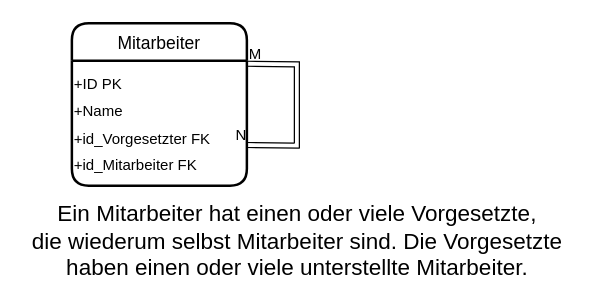
Artjom1234/ProbeKlausurDB keeps this draw.io diagram as page "Aufgabe_1e" (5 of 5) of Aufgabe_1_bis_3/Aufgabe_1_a,b,c,d,e.drawio. Above is the earlier version. Source tidied: cells renumbered, new cells numbered last; positions are measured from the earlier drawing's top-left corner, leaving out a move shared by most shapes. Both pictures are drawn from the tidied source at 125%, with x=0, y=0 at pixel (21, 22).
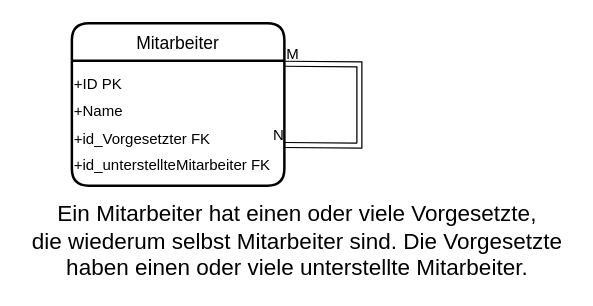
The same diagram, later.

Commit message:
noch besser

What changed in the source:
```diff
@@
 <mxGraphModel>
   <root>
     <mxCell id="0" />
     <mxCell id="1" parent="0" />
     <mxCell id="2" value="Mitarbeiter" style="swimlane;horizontal=1;startSize=30;rounded=1;fontSize=14;fontStyle=0;strokeWidth=2;shadow=0;dashed=0;align=center;" parent="1" vertex="1">
-      <mxGeometry x="40" width="140" height="130" as="geometry" />
+      <mxGeometry x="40" width="170" height="130" as="geometry" />
     </mxCell>
-    <mxCell id="3" value="&lt;div align=&quot;left&quot;&gt;&lt;font style=&quot;font-size: 12px&quot;&gt;+ID PK&lt;br&gt;&lt;/font&gt;&lt;/div&gt;&lt;div align=&quot;left&quot;&gt;&lt;font style=&quot;font-size: 12px&quot;&gt;+Name&lt;/font&gt;&lt;/div&gt;&lt;div align=&quot;left&quot;&gt;&lt;font style=&quot;font-size: 12px&quot;&gt;+id_Vorgesetzter FK&lt;/font&gt;&lt;/div&gt;&lt;div align=&quot;left&quot;&gt;&lt;font style=&quot;font-size: 12px&quot;&gt;+id_Mitarbeiter FK&lt;br&gt;&lt;/font&gt;&lt;/div&gt;" style="text;html=1;align=left;verticalAlign=middle;strokeColor=none;fillColor=none;fontSize=18;" parent="2" vertex="1">
-      <mxGeometry y="30" width="140" height="100" as="geometry" />
+    <mxCell id="3" value="&lt;div align=&quot;left&quot;&gt;&lt;font style=&quot;font-size: 12px&quot;&gt;+ID PK&lt;br&gt;&lt;/font&gt;&lt;/div&gt;&lt;div align=&quot;left&quot;&gt;&lt;font style=&quot;font-size: 12px&quot;&gt;+Name&lt;/font&gt;&lt;/div&gt;&lt;div align=&quot;left&quot;&gt;&lt;font style=&quot;font-size: 12px&quot;&gt;+id_Vorgesetzter FK&lt;/font&gt;&lt;/div&gt;&lt;div align=&quot;left&quot;&gt;&lt;font style=&quot;font-size: 12px&quot;&gt;+id_unterstellteMitarbeiter FK&lt;br&gt;&lt;/font&gt;&lt;/div&gt;" style="text;html=1;align=left;verticalAlign=middle;strokeColor=none;fillColor=none;fontSize=18;" parent="2" vertex="1">
+      <mxGeometry y="30" width="170" height="100" as="geometry" />
     </mxCell>
     <mxCell id="4" style="shape=link;html=1;rounded=0;exitX=1;exitY=0.25;exitDx=0;exitDy=0;entryX=1;entryY=0.75;entryDx=0;entryDy=0;" parent="1" edge="1" source="2" target="2">
       <mxGeometry relative="1" as="geometry">
         <Array as="points">
-          <mxPoint x="220" y="33" />
-          <mxPoint x="220" y="98" />
+          <mxPoint x="270" y="33" />
+          <mxPoint x="270" y="98" />
         </Array>
       </mxGeometry>
     </mxCell>
     <mxCell id="5" value="M" style="html=1;align=left;verticalAlign=bottom;" parent="4" vertex="1">
       <mxGeometry x="-1" relative="1" as="geometry" />
     </mxCell>
     <mxCell id="6" value="N" style="html=1;align=right;verticalAlign=bottom;" parent="4" vertex="1">
       <mxGeometry x="1" relative="1" as="geometry" />
     </mxCell>
     <mxCell id="7" value="&lt;div&gt;Ein Mitarbeiter hat einen oder viele Vorgesetzte, &lt;br&gt;&lt;/div&gt;&lt;div&gt;die wiederum selbst Mitarbeiter sind. Die Vorgesetzte &lt;br&gt;&lt;/div&gt;&lt;div&gt;haben einen oder viele unterstellte Mitarbeiter.&lt;br&gt;&lt;/div&gt;" style="text;html=1;align=center;verticalAlign=middle;fillColor=none;strokeColor=none;rounded=0;fontSize=18;" parent="1" vertex="1">
       <mxGeometry y="140" width="440" height="70" as="geometry" />
     </mxCell>
   </root>
 </mxGraphModel>
```
